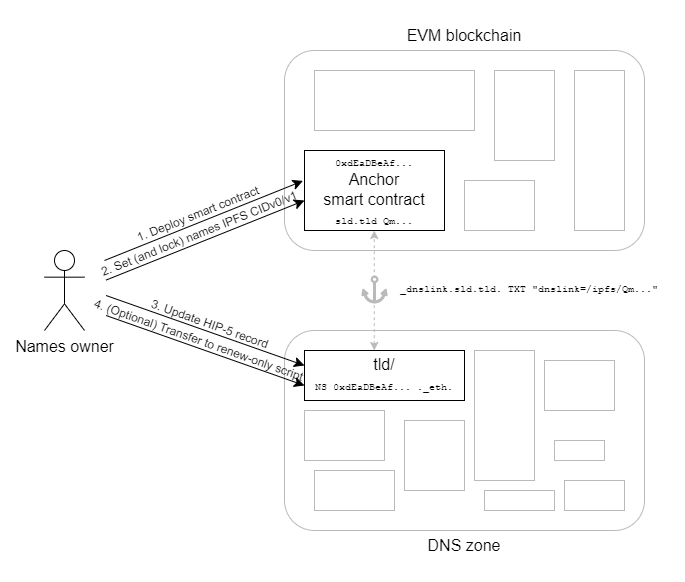
Before: imgs/anchor-deployment-diagram.png, a diagram exported from draw.io (Noxturnix/anchor). Source tidied: cells renumbered, new cells last; positions are measured from the earlier drawing's top-left corner, leaving out a move shared by most shapes.
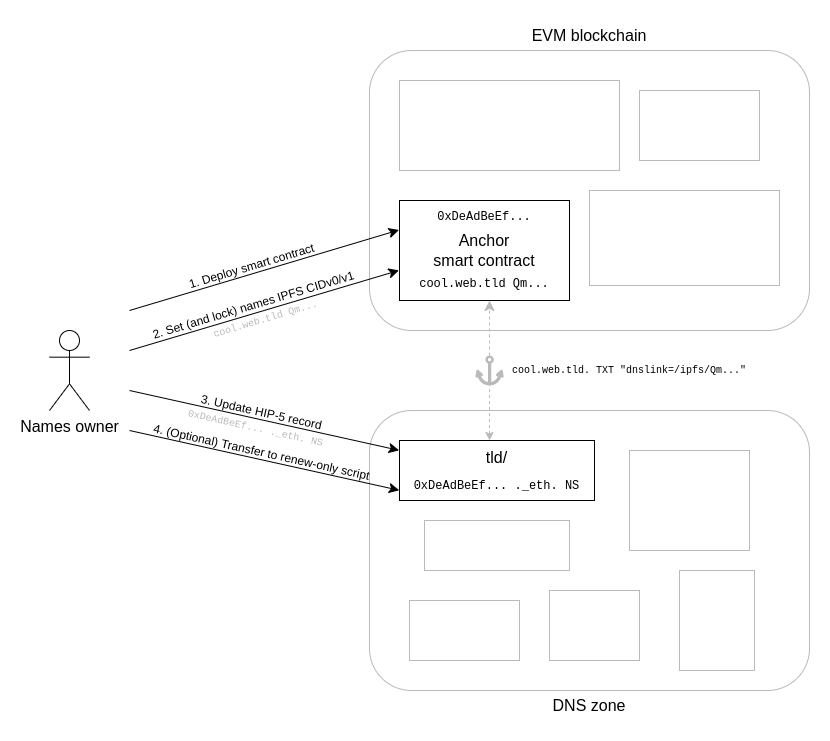
The same diagram one commit later.

Change to the diagram source:
```diff
@@ -2,117 +2,112 @@
   <root>
     <mxCell id="0" />
     <mxCell id="1" parent="0" />
-    <mxCell id="2" style="shape=mxgraph.signs.transportation.anchor_1;html=1;fillColor=#BABABA;strokeColor=none;verticalLabelPosition=bottom;verticalAlign=top;align=center;rounded=1;glass=0;labelBackgroundColor=none;sketch=0;fontFamily=Courier New;fontSize=10;fontColor=#000000;" parent="1" vertex="1">
-      <mxGeometry x="316.9" y="255" width="26.3" height="28" as="geometry" />
-    </mxCell>
-    <mxCell id="3" value="&lt;font style=&quot;font-size: 16px;&quot;&gt;Names owner&lt;/font&gt;" style="shape=umlActor;verticalLabelPosition=bottom;verticalAlign=top;html=1;" parent="1" vertex="1">
-      <mxGeometry y="230" width="40" height="80" as="geometry" />
+    <mxCell id="3" value="Names owner" style="shape=umlActor;verticalLabelPosition=bottom;verticalAlign=top;html=1;fontSize=16;" parent="1" vertex="1">
+      <mxGeometry x="-80" y="390" width="40" height="80" as="geometry" />
     </mxCell>
-    <mxCell id="4" style="rounded=1;whiteSpace=wrap;html=1;sketch=0;fontSize=16;strokeColor=#BABABA;fillColor=none;" parent="1" vertex="1">
-      <mxGeometry x="240" y="30" width="360" height="200" as="geometry" />
-    </mxCell>
-    <mxCell id="5" value="&lt;span style=&quot;font-family: &amp;quot;Courier New&amp;quot;; font-size: 10px;&quot;&gt;0xdEaDBeAf...&lt;/span&gt;&lt;br&gt;Anchor&lt;br&gt;smart contract&lt;br&gt;&lt;font face=&quot;Courier New&quot;&gt;&lt;span style=&quot;font-size: 10px;&quot;&gt;sld.tld Qm...&lt;/span&gt;&lt;/font&gt;" style="rounded=0;whiteSpace=wrap;html=1;glass=0;sketch=0;fontSize=16;strokeColor=#000000;fillColor=default;" parent="1" vertex="1">
-      <mxGeometry x="260" y="130" width="140" height="80" as="geometry" />
-    </mxCell>
+    <mxCell id="32" style="rounded=1;whiteSpace=wrap;html=1;fillColor=none;strokeColor=#BABABA;" parent="1" vertex="1">
+      <mxGeometry x="240" y="110" width="440" height="280" as="geometry" />
+    </mxCell>
-    <mxCell id="6" value="EVM blockchain" style="text;html=1;strokeColor=none;fillColor=none;align=center;verticalAlign=middle;whiteSpace=wrap;rounded=0;glass=0;sketch=0;fontSize=16;" parent="1" vertex="1">
-      <mxGeometry x="240" width="360" height="30" as="geometry" />
+    <mxCell id="6" value="&lt;font style=&quot;font-size: 16px;&quot;&gt;EVM blockchain&lt;/font&gt;" style="text;html=1;strokeColor=none;fillColor=none;align=center;verticalAlign=middle;whiteSpace=wrap;rounded=0;" parent="1" vertex="1">
+      <mxGeometry x="240" y="80" width="440" height="30" as="geometry" />
     </mxCell>
-    <mxCell id="7" style="rounded=0;whiteSpace=wrap;html=1;glass=0;sketch=0;fontSize=16;strokeColor=#BABABA;fillColor=default;" parent="1" vertex="1">
-      <mxGeometry x="270" y="50" width="160" height="60" as="geometry" />
-    </mxCell>
-    <mxCell id="8" style="rounded=1;whiteSpace=wrap;html=1;sketch=0;fontSize=16;strokeColor=#BABABA;fillColor=none;" parent="1" vertex="1">
-      <mxGeometry x="240" y="310" width="360" height="200" as="geometry" />
-    </mxCell>
+    <mxCell id="33" style="rounded=1;whiteSpace=wrap;html=1;fillColor=none;strokeColor=#BABABA;" parent="1" vertex="1">
+      <mxGeometry x="240" y="470" width="440" height="280" as="geometry" />
+    </mxCell>
-    <mxCell id="9" value="DNS zone" style="text;html=1;strokeColor=none;fillColor=none;align=center;verticalAlign=middle;whiteSpace=wrap;rounded=0;glass=0;sketch=0;fontSize=16;" parent="1" vertex="1">
-      <mxGeometry x="240" y="510" width="360" height="30" as="geometry" />
+    <mxCell id="9" value="&lt;font style=&quot;font-size: 16px;&quot;&gt;DNS zone&lt;/font&gt;" style="text;html=1;strokeColor=none;fillColor=none;align=center;verticalAlign=middle;whiteSpace=wrap;rounded=0;" parent="1" vertex="1">
+      <mxGeometry x="240" y="750" width="440" height="30" as="geometry" />
     </mxCell>
-    <mxCell id="10" value="&lt;br&gt;&lt;font color=&quot;#bababa&quot;&gt;&lt;br&gt;&lt;/font&gt;" style="rounded=0;whiteSpace=wrap;html=1;glass=0;sketch=0;fontSize=16;strokeColor=#BABABA;fillColor=default;" parent="1" vertex="1">
-      <mxGeometry x="420" y="160" width="70" height="50" as="geometry" />
-    </mxCell>
-    <mxCell id="11" value="&lt;br&gt;&lt;font color=&quot;#bababa&quot;&gt;&lt;br&gt;&lt;/font&gt;" style="rounded=0;whiteSpace=wrap;html=1;glass=0;sketch=0;fontSize=16;strokeColor=#BABABA;fillColor=default;" parent="1" vertex="1">
-      <mxGeometry x="450" y="50" width="60" height="90" as="geometry" />
-    </mxCell>
-    <mxCell id="12" value="&lt;br&gt;&lt;font color=&quot;#bababa&quot;&gt;&lt;br&gt;&lt;/font&gt;" style="rounded=0;whiteSpace=wrap;html=1;glass=0;sketch=0;fontSize=16;strokeColor=#BABABA;fillColor=default;" parent="1" vertex="1">
-      <mxGeometry x="530" y="50" width="50" height="160" as="geometry" />
-    </mxCell>
-    <mxCell id="13" value="&lt;font color=&quot;#000000&quot;&gt;&lt;font face=&quot;Helvetica&quot;&gt;tld/&lt;/font&gt;&lt;br&gt;&lt;font style=&quot;font-size: 10px;&quot;&gt;NS 0xdEaDBeAf... ._eth.&lt;/font&gt;&lt;br&gt;&lt;/font&gt;" style="rounded=0;whiteSpace=wrap;html=1;glass=0;sketch=0;fontFamily=Courier New;fontSize=16;fontColor=#BABABA;strokeColor=#000000;fillColor=default;" parent="1" vertex="1">
-      <mxGeometry x="260" y="330" width="160" height="50" as="geometry" />
-    </mxCell>
-    <mxCell id="14" style="rounded=0;whiteSpace=wrap;html=1;glass=0;sketch=0;fontFamily=Courier New;fontSize=16;fontColor=#BABABA;strokeColor=#BABABA;fillColor=default;" parent="1" vertex="1">
-      <mxGeometry x="260" y="390" width="80" height="50" as="geometry" />
-    </mxCell>
-    <mxCell id="15" style="rounded=0;whiteSpace=wrap;html=1;glass=0;sketch=0;fontFamily=Courier New;fontSize=16;fontColor=#BABABA;strokeColor=#BABABA;fillColor=default;" parent="1" vertex="1">
-      <mxGeometry x="440" y="470" width="70" height="20" as="geometry" />
-    </mxCell>
-    <mxCell id="16" style="rounded=0;whiteSpace=wrap;html=1;glass=0;sketch=0;fontFamily=Courier New;fontSize=16;fontColor=#BABABA;strokeColor=#BABABA;fillColor=default;" parent="1" vertex="1">
-      <mxGeometry x="430" y="330" width="60" height="130" as="geometry" />
-    </mxCell>
-    <mxCell id="17" style="rounded=0;whiteSpace=wrap;html=1;glass=0;sketch=0;fontFamily=Courier New;fontSize=16;fontColor=#BABABA;strokeColor=#BABABA;fillColor=default;" parent="1" vertex="1">
-      <mxGeometry x="500" y="340" width="70" height="50" as="geometry" />
-    </mxCell>
-    <mxCell id="18" style="rounded=0;whiteSpace=wrap;html=1;glass=0;sketch=0;fontFamily=Courier New;fontSize=16;fontColor=#BABABA;strokeColor=#BABABA;fillColor=default;" parent="1" vertex="1">
-      <mxGeometry x="510" y="420" width="50" height="20" as="geometry" />
-    </mxCell>
-    <mxCell id="19" style="endArrow=classic;html=1;rounded=0;fontFamily=Helvetica;fontSize=16;fontColor=#000000;entryX=-0.011;entryY=0.38;entryDx=0;entryDy=0;entryPerimeter=0;endSize=8;" parent="1" edge="1" target="5">
-      <mxGeometry relative="1" as="geometry">
-        <mxPoint x="60" y="240" as="sourcePoint" />
-      </mxGeometry>
-    </mxCell>
+    <mxCell id="34" value="&lt;font style=&quot;&quot;&gt;&lt;font style=&quot;font-size: 12px;&quot;&gt;0xDeAdBeEf...&lt;/font&gt;&lt;br&gt;&lt;span style=&quot;font-family: Helvetica; font-size: 2px;&quot;&gt;&amp;nbsp;&lt;/span&gt;&lt;/font&gt;&lt;br&gt;&lt;span style=&quot;font-family: Helvetica; font-size: 16px;&quot;&gt;Anchor&lt;/span&gt;&lt;br&gt;&lt;span style=&quot;font-family: Helvetica; font-size: 16px;&quot;&gt;smart contract&lt;/span&gt;&lt;br&gt;&lt;font style=&quot;font-family: Helvetica;&quot;&gt;&lt;font style=&quot;font-size: 2px;&quot;&gt;&amp;nbsp;&lt;/font&gt;&lt;br&gt;&lt;/font&gt;&lt;font style=&quot;font-size: 12px;&quot;&gt;cool.web.tld Qm...&lt;/font&gt;" style="rounded=0;whiteSpace=wrap;html=1;fontFamily=Courier New;fontSize=6;strokeColor=#000000;fillColor=none;" parent="1" vertex="1">
+      <mxGeometry x="270" y="260" width="170" height="100" as="geometry" />
+    </mxCell>
+    <mxCell id="35" style="rounded=0;whiteSpace=wrap;html=1;fontFamily=Courier New;fontSize=12;strokeColor=#BABABA;fillColor=none;" parent="1" vertex="1">
+      <mxGeometry x="270" y="140" width="220" height="90" as="geometry" />
+    </mxCell>
+    <mxCell id="36" style="rounded=0;whiteSpace=wrap;html=1;fontFamily=Courier New;fontSize=12;strokeColor=#BABABA;fillColor=none;" parent="1" vertex="1">
+      <mxGeometry x="460" y="250" width="190" height="95" as="geometry" />
+    </mxCell>
+    <mxCell id="37" style="rounded=0;whiteSpace=wrap;html=1;fontFamily=Courier New;fontSize=12;strokeColor=#BABABA;fillColor=none;" parent="1" vertex="1">
+      <mxGeometry x="510" y="150" width="120" height="70" as="geometry" />
+    </mxCell>
+    <mxCell id="38" value="&lt;font style=&quot;&quot;&gt;&lt;span style=&quot;font-size: 16px;&quot;&gt;tld/&lt;/span&gt;&lt;br&gt;&lt;font style=&quot;font-size: 2px;&quot;&gt;&amp;nbsp;&lt;br&gt;&lt;/font&gt;&lt;font style=&quot;font-size: 12px;&quot; face=&quot;Courier New&quot;&gt;0xDeAdBeEf... ._eth. NS&lt;/font&gt;&lt;br&gt;&lt;/font&gt;" style="rounded=0;whiteSpace=wrap;html=1;fontFamily=Helvetica;fontSize=10;strokeColor=#000000;fillColor=none;" parent="1" vertex="1">
+      <mxGeometry x="270" y="500" width="195" height="60" as="geometry" />
+    </mxCell>
+    <mxCell id="39" value="&lt;font style=&quot;&quot;&gt;&lt;br&gt;&lt;/font&gt;" style="rounded=0;whiteSpace=wrap;html=1;fontFamily=Helvetica;fontSize=10;strokeColor=#BABABA;fillColor=none;" parent="1" vertex="1">
+      <mxGeometry x="295" y="580" width="145" height="50" as="geometry" />
+    </mxCell>
+    <mxCell id="40" value="&lt;font style=&quot;&quot;&gt;&lt;br&gt;&lt;/font&gt;" style="rounded=0;whiteSpace=wrap;html=1;fontFamily=Helvetica;fontSize=10;strokeColor=#BABABA;fillColor=none;" parent="1" vertex="1">
+      <mxGeometry x="280" y="660" width="110" height="60" as="geometry" />
+    </mxCell>
+    <mxCell id="41" value="&lt;font style=&quot;&quot;&gt;&lt;br&gt;&lt;/font&gt;" style="rounded=0;whiteSpace=wrap;html=1;fontFamily=Helvetica;fontSize=10;strokeColor=#BABABA;fillColor=none;" parent="1" vertex="1">
+      <mxGeometry x="420" y="650" width="90" height="70" as="geometry" />
+    </mxCell>
+    <mxCell id="42" value="&lt;font style=&quot;&quot;&gt;&lt;br&gt;&lt;/font&gt;" style="rounded=0;whiteSpace=wrap;html=1;fontFamily=Helvetica;fontSize=10;strokeColor=#BABABA;fillColor=none;" parent="1" vertex="1">
+      <mxGeometry x="500" y="510" width="120" height="100" as="geometry" />
+    </mxCell>
+    <mxCell id="43" value="&lt;font style=&quot;&quot;&gt;&lt;br&gt;&lt;/font&gt;" style="rounded=0;whiteSpace=wrap;html=1;fontFamily=Helvetica;fontSize=10;strokeColor=#BABABA;fillColor=none;" parent="1" vertex="1">
+      <mxGeometry x="550" y="630" width="75" height="100" as="geometry" />
+    </mxCell>
+    <mxCell id="44" style="endArrow=classic;html=1;rounded=0;fontFamily=Courier New;fontSize=12;entryX=-0.003;entryY=0.295;entryDx=0;entryDy=0;endSize=8;entryPerimeter=0;" parent="1" edge="1" target="34">
+      <mxGeometry relative="1" as="geometry">
+        <mxPoint y="370" as="sourcePoint" />
+      </mxGeometry>
+    </mxCell>
-    <mxCell id="20" value="&lt;font style=&quot;font-size: 12px;&quot;&gt;1. Deploy smart contract&lt;/font&gt;" style="edgeLabel;html=1;align=center;verticalAlign=middle;fontSize=16;fontFamily=Helvetica;fontColor=#000000;rotation=-21.7;labelBackgroundColor=none;" parent="19" vertex="1">
-      <mxGeometry x="0.35" y="-2" relative="1" as="geometry">
-        <mxPoint x="-42" y="4" as="offset" />
+    <mxCell id="20" value="&lt;font face=&quot;Helvetica&quot;&gt;1. Deploy smart contract&lt;/font&gt;" style="edgeLabel;html=1;align=center;verticalAlign=middle;fontSize=12;fontFamily=Courier New;labelBackgroundColor=none;rotation=-16.6;" parent="44" vertex="1">
+      <mxGeometry x="-0.17" relative="1" as="geometry">
+        <mxPoint x="9" y="-11" as="offset" />
       </mxGeometry>
     </mxCell>
-    <mxCell id="21" style="rounded=0;whiteSpace=wrap;html=1;glass=0;sketch=0;fontFamily=Courier New;fontSize=16;fontColor=#BABABA;strokeColor=#BABABA;fillColor=default;" parent="1" vertex="1">
-      <mxGeometry x="360" y="400" width="60" height="70" as="geometry" />
-    </mxCell>
-    <mxCell id="22" style="rounded=0;whiteSpace=wrap;html=1;glass=0;sketch=0;fontFamily=Courier New;fontSize=16;fontColor=#BABABA;strokeColor=#BABABA;fillColor=default;" parent="1" vertex="1">
-      <mxGeometry x="270" y="450" width="80" height="40" as="geometry" />
-    </mxCell>
-    <mxCell id="23" style="rounded=0;whiteSpace=wrap;html=1;glass=0;sketch=0;fontFamily=Courier New;fontSize=16;fontColor=#BABABA;strokeColor=#BABABA;fillColor=default;" parent="1" vertex="1">
-      <mxGeometry x="520" y="460" width="60" height="30" as="geometry" />
-    </mxCell>
-    <mxCell id="24" style="endArrow=classic;html=1;rounded=0;fontFamily=Helvetica;fontSize=16;fontColor=#000000;entryX=0;entryY=0.4;entryDx=0;entryDy=0;entryPerimeter=0;endSize=8;" parent="1" edge="1">
-      <mxGeometry relative="1" as="geometry">
-        <mxPoint x="61.5" y="275" as="sourcePoint" />
-        <mxPoint x="260" y="345" as="targetPoint" />
-      </mxGeometry>
-    </mxCell>
+    <mxCell id="45" style="endArrow=classic;html=1;rounded=0;fontFamily=Courier New;fontSize=12;entryX=-0.003;entryY=0.699;entryDx=0;entryDy=0;endSize=8;entryPerimeter=0;" parent="1" edge="1" target="34">
+      <mxGeometry relative="1" as="geometry">
+        <mxPoint y="410" as="sourcePoint" />
+      </mxGeometry>
+    </mxCell>
+    <mxCell id="27" value="&lt;font face=&quot;Helvetica&quot;&gt;2. Set (and lock) names IPFS CIDv0/v1&lt;/font&gt;" style="edgeLabel;html=1;align=center;verticalAlign=middle;fontSize=12;fontFamily=Courier New;labelBackgroundColor=none;rotation=-16.6;" parent="45" vertex="1">
+      <mxGeometry x="-0.17" relative="1" as="geometry">
+        <mxPoint x="12" y="-12" as="offset" />
+      </mxGeometry>
+    </mxCell>
+    <mxCell id="46" value="&lt;font color=&quot;#bababa&quot; style=&quot;font-size: 10px;&quot;&gt;cool.web.tld Qm...&lt;/font&gt;" style="edgeLabel;html=1;align=center;verticalAlign=middle;fontSize=12;fontFamily=Courier New;labelBackgroundColor=none;rotation=-16.6;" parent="1" vertex="1">
+      <mxGeometry x="135" y="379" as="geometry" />
+    </mxCell>
+    <mxCell id="47" style="endArrow=classic;html=1;rounded=0;fontFamily=Courier New;fontSize=12;entryX=-0.001;entryY=0.83;entryDx=0;entryDy=0;endSize=8;entryPerimeter=0;" parent="1" edge="1" target="38">
+      <mxGeometry relative="1" as="geometry">
+        <mxPoint y="490" as="sourcePoint" />
+      </mxGeometry>
+    </mxCell>
+    <mxCell id="29" value="&lt;font face=&quot;Helvetica&quot;&gt;4. (Optional) Transfer to renew-only script&lt;br&gt;&lt;/font&gt;" style="edgeLabel;html=1;align=center;verticalAlign=middle;fontSize=12;fontFamily=Courier New;labelBackgroundColor=none;rotation=12.5;" parent="47" vertex="1">
+      <mxGeometry x="-0.17" relative="1" as="geometry">
+        <mxPoint x="19" y="-4" as="offset" />
+      </mxGeometry>
+    </mxCell>
+    <mxCell id="48" style="endArrow=classic;html=1;rounded=0;fontFamily=Courier New;fontSize=12;entryX=-0.002;entryY=0.164;entryDx=0;entryDy=0;endSize=8;entryPerimeter=0;" parent="1" edge="1" target="38">
+      <mxGeometry relative="1" as="geometry">
+        <mxPoint y="450" as="sourcePoint" />
+      </mxGeometry>
+    </mxCell>
-    <mxCell id="25" value="&lt;span style=&quot;font-size: 12px;&quot;&gt;3. Update HIP-5 record&lt;/span&gt;" style="edgeLabel;html=1;align=center;verticalAlign=middle;fontSize=16;fontFamily=Helvetica;fontColor=#000000;rotation=19.5;labelBackgroundColor=none;" parent="24" vertex="1">
-      <mxGeometry x="0.35" y="-2" relative="1" as="geometry">
-        <mxPoint x="-29" y="-23" as="offset" />
+    <mxCell id="25" value="&lt;font face=&quot;Helvetica&quot;&gt;3. Update HIP-5 record&lt;br&gt;&lt;/font&gt;" style="edgeLabel;html=1;align=center;verticalAlign=middle;fontSize=12;fontFamily=Courier New;labelBackgroundColor=none;rotation=12.5;" parent="48" vertex="1">
+      <mxGeometry x="-0.17" relative="1" as="geometry">
+        <mxPoint x="19" y="-4" as="offset" />
       </mxGeometry>
     </mxCell>
-    <mxCell id="26" style="endArrow=classic;html=1;rounded=0;fontFamily=Helvetica;fontSize=16;fontColor=#000000;entryX=-0.011;entryY=0.38;entryDx=0;entryDy=0;entryPerimeter=0;endSize=8;" parent="1" edge="1">
-      <mxGeometry relative="1" as="geometry">
-        <mxPoint x="61.5" y="259.6" as="sourcePoint" />
-        <mxPoint x="260" y="180" as="targetPoint" />
-      </mxGeometry>
-    </mxCell>
-    <mxCell id="27" value="&lt;font style=&quot;font-size: 12px;&quot;&gt;2. Set (and lock) names IPFS CIDv0/v1&lt;/font&gt;" style="edgeLabel;html=1;align=center;verticalAlign=middle;fontSize=16;fontFamily=Helvetica;fontColor=#000000;rotation=-21.7;labelBackgroundColor=none;" parent="26" vertex="1">
-      <mxGeometry x="0.35" y="-2" relative="1" as="geometry">
-        <mxPoint x="-43" y="4" as="offset" />
-      </mxGeometry>
-    </mxCell>
-    <mxCell id="28" style="endArrow=classic;html=1;rounded=0;fontFamily=Helvetica;fontSize=16;fontColor=#000000;entryX=0;entryY=0.4;entryDx=0;entryDy=0;entryPerimeter=0;endSize=8;" parent="1" edge="1">
-      <mxGeometry relative="1" as="geometry">
-        <mxPoint x="61.5" y="295" as="sourcePoint" />
-        <mxPoint x="260" y="365" as="targetPoint" />
-      </mxGeometry>
-    </mxCell>
-    <mxCell id="29" value="&lt;span style=&quot;font-size: 12px;&quot;&gt;4. (Optional) Transfer to renew-only script&lt;br&gt;&lt;/span&gt;" style="edgeLabel;html=1;align=center;verticalAlign=middle;fontSize=16;fontFamily=Helvetica;fontColor=#000000;rotation=19.5;labelBackgroundColor=none;" parent="28" vertex="1">
-      <mxGeometry x="0.35" y="-2" relative="1" as="geometry">
-        <mxPoint x="-40" y="-27" as="offset" />
-      </mxGeometry>
-    </mxCell>
-    <mxCell id="30" style="endArrow=classic;startArrow=classic;html=1;rounded=0;fontFamily=Courier New;fontSize=10;fontColor=#000000;endSize=6;dashed=1;strokeColor=#BABABA;" parent="1" edge="1">
-      <mxGeometry relative="1" as="geometry">
-        <mxPoint x="329.8" y="330" as="sourcePoint" />
-        <mxPoint x="329.8" y="210" as="targetPoint" />
-      </mxGeometry>
-    </mxCell>
-    <mxCell id="31" value="_dnslink.sld.tld. TXT &quot;dnslink=/ipfs/Qm...&quot;" style="text;html=1;strokeColor=none;fillColor=none;align=center;verticalAlign=middle;whiteSpace=wrap;rounded=0;glass=0;labelBackgroundColor=none;sketch=0;fontFamily=Courier New;fontSize=10;fontColor=#000000;rotation=0;" parent="1" vertex="1">
-      <mxGeometry x="350" y="254" width="270" height="30" as="geometry" />
-    </mxCell>
+    <mxCell id="49" value="&lt;font color=&quot;#bababa&quot; style=&quot;font-size: 10px;&quot;&gt;0xDeAdBeEf... ._eth. NS&lt;/font&gt;" style="edgeLabel;html=1;align=center;verticalAlign=middle;fontSize=12;fontFamily=Courier New;labelBackgroundColor=none;rotation=12.5;" parent="1" vertex="1">
+      <mxGeometry x="126" y="487" as="geometry" />
+    </mxCell>
+    <mxCell id="50" style="endArrow=classic;startArrow=none;html=1;rounded=0;fontFamily=Courier New;fontSize=10;fontColor=#BABABA;endSize=8;dashed=1;strokeColor=#BABABA;" parent="1" edge="1" source="51">
+      <mxGeometry relative="1" as="geometry">
+        <mxPoint x="360" y="360" as="targetPoint" />
+      </mxGeometry>
+    </mxCell>
+    <mxCell id="51" style="shape=mxgraph.signs.transportation.anchor_1;html=1;fillColor=#BABABA;strokeColor=none;verticalLabelPosition=bottom;verticalAlign=top;align=center;labelBackgroundColor=none;fontFamily=Courier New;fontSize=10;fontColor=#BABABA;labelPosition=center;" parent="1" vertex="1">
+      <mxGeometry x="345.9" y="415" width="28.2" height="30" as="geometry" />
+    </mxCell>
+    <mxCell id="52" style="endArrow=none;startArrow=classic;html=1;rounded=0;fontFamily=Courier New;fontSize=10;fontColor=#BABABA;endSize=8;dashed=1;strokeColor=#BABABA;" parent="1" edge="1" target="51">
+      <mxGeometry relative="1" as="geometry">
+        <mxPoint x="360" y="500" as="sourcePoint" />
+      </mxGeometry>
+    </mxCell>
+    <mxCell id="53" value="&lt;font style=&quot;font-size: 10px;&quot; color=&quot;#000000&quot;&gt;cool.web.tld. TXT &quot;dnslink=/ipfs/Qm...&quot;&lt;/font&gt;" style="text;html=1;strokeColor=none;fillColor=none;align=center;verticalAlign=middle;whiteSpace=wrap;rounded=0;labelBackgroundColor=none;fontFamily=Courier New;fontSize=10;fontColor=#BABABA;" parent="1" vertex="1">
+      <mxGeometry x="380" y="415" width="240" height="30" as="geometry" />
+    </mxCell>
   </root>
 </mxGraphModel>
```
